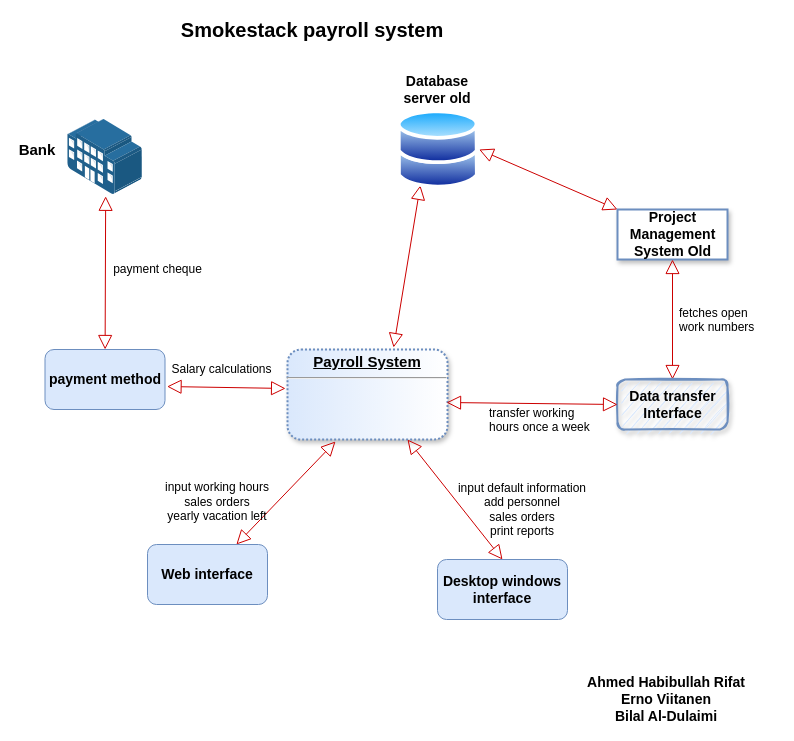
bilalaldulaimi/arduinoUno-wisol keeps this draw.io diagram as sigfox-hello-world/Untitled Diagram.drawio. Above is the earlier version. Source tidied: cells renumbered, new cells numbered last; positions are measured from the earlier drawing's top-left corner, leaving out a move shared by most shapes. Both pictures are drawn from the tidied source at 100%, with x=0, y=0 at pixel (17, 19).
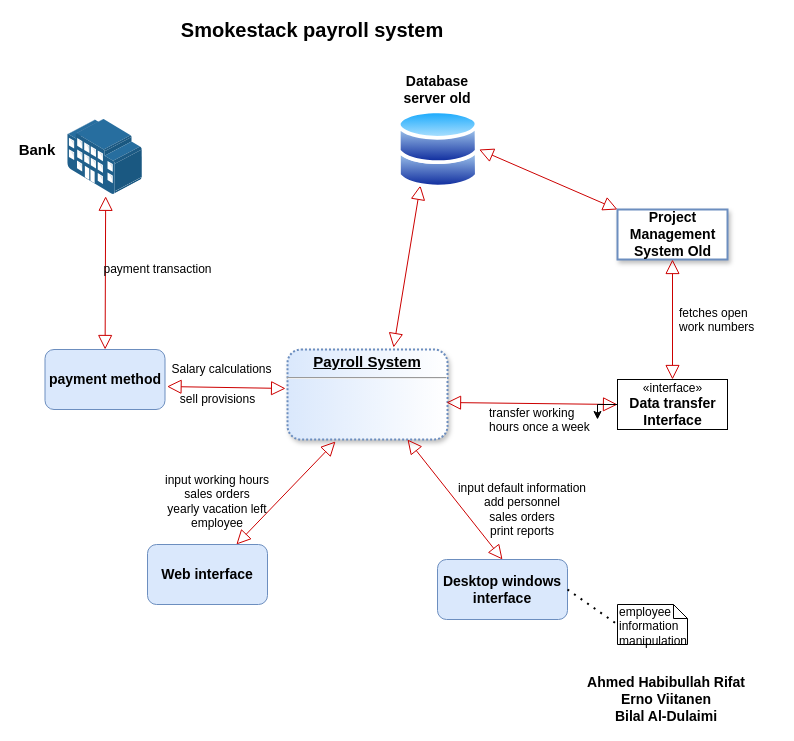
After the change.

The change refers to these unchanged cells:
```xml
<mxCell id="2" value="&lt;p style=&quot;margin: 4px 0px 0px ; text-decoration: underline ; font-size: 15px&quot; align=&quot;center&quot;&gt;&lt;b&gt;Payroll System&lt;/b&gt;&lt;br&gt;&lt;/p&gt;&lt;hr&gt;&lt;p style=&quot;margin: 0px 0px 0px 8px ; font-size: 13px&quot;&gt;&lt;br&gt;&lt;/p&gt;&lt;br&gt;&lt;p style=&quot;margin: 0px 0px 0px 8px ; font-size: 13px&quot;&gt;&lt;br&gt;&lt;/p&gt;" style="verticalAlign=top;align=left;overflow=fill;fontSize=12;fontFamily=Helvetica;html=1;strokeWidth=2;fillColor=#dae8fc;strokeColor=#6c8ebf;dashed=1;dashPattern=1 1;rounded=1;perimeterSpacing=0;shadow=1;sketch=0;gradientColor=#ffffff;gradientDirection=east;imageAspect=1;" parent="1" vertex="1">
  <mxGeometry x="270" y="330" width="160" height="90" as="geometry" />
</mxCell>
<mxCell id="7" value="&lt;font style=&quot;font-size: 14px&quot;&gt;&lt;b&gt;&lt;font style=&quot;font-size: 14px&quot;&gt;Project&lt;/font&gt;&lt;/b&gt;&lt;/font&gt;&lt;div style=&quot;font-size: 14px&quot;&gt;&lt;font style=&quot;font-size: 14px&quot;&gt;&lt;b&gt;&lt;font style=&quot;font-size: 14px&quot;&gt;Management&lt;/font&gt;&lt;br&gt;&lt;/b&gt;&lt;/font&gt;&lt;/div&gt;&lt;div style=&quot;font-size: 14px&quot;&gt;&lt;font style=&quot;font-size: 14px&quot;&gt;&lt;b&gt;System Old&lt;/b&gt;&lt;/font&gt;&lt;br&gt;&lt;b&gt;&lt;/b&gt;&lt;/div&gt;" style="html=1;strokeWidth=2;strokeColor=#6c8ebf;rounded=0;glass=0;shadow=1;" parent="1" vertex="1">
  <mxGeometry x="600" y="190" width="110" height="50" as="geometry" />
</mxCell>
<mxCell id="18" value="transfer w&lt;font style=&quot;font-size: 12px&quot;&gt;&lt;span id=&quot;yui_3_17_2_1_1599549741766_42&quot; lang=&quot;EN-US&quot;&gt;orking hours&lt;/span&gt; &lt;span id=&quot;yui_3_17_2_1_1599549741766_42&quot; lang=&quot;EN-US&quot;&gt;once a week&lt;/span&gt;&lt;/font&gt;&lt;font style=&quot;font-size: 12px&quot;&gt;&lt;br&gt;&lt;/font&gt;" style="text;whiteSpace=wrap;html=1;" parent="1" vertex="1">
  <mxGeometry x="470" y="380" width="110" height="40" as="geometry" />
</mxCell>
<mxCell id="21" value="&lt;div style=&quot;font-size: 14px&quot;&gt;&lt;font style=&quot;font-size: 14px&quot;&gt;&lt;b&gt;Desktop windows&lt;/b&gt;&lt;/font&gt;&lt;/div&gt;&lt;div style=&quot;font-size: 14px&quot;&gt;&lt;font style=&quot;font-size: 14px&quot;&gt;&lt;b&gt;interface&lt;br&gt;&lt;/b&gt;&lt;/font&gt;&lt;/div&gt;" style="rounded=1;whiteSpace=wrap;html=1;fillColor=#dae8fc;strokeColor=#6c8ebf;" parent="1" vertex="1">
  <mxGeometry x="420" y="540" width="130" height="60" as="geometry" />
</mxCell>
```

The edit, as a diff of the source:
```diff
@@
-    <mxCell id="8" style="endArrow=block;startArrow=block;html=1;strokeColor=#CC0000;endSize=12;startSize=12;endFill=0;startFill=0;strokeWidth=1;exitX=0.5;exitY=0;exitDx=0;exitDy=0;entryX=0.5;entryY=1;entryDx=0;entryDy=0;" parent="1" edge="1" source="13" target="7">
-      <mxGeometry relative="1" as="geometry" />
+    <mxCell id="8" style="endArrow=block;startArrow=block;html=1;strokeColor=#CC0000;endSize=12;startSize=12;endFill=0;startFill=0;strokeWidth=1;exitX=0.5;exitY=0;exitDx=0;exitDy=0;entryX=0.5;entryY=1;entryDx=0;entryDy=0;" parent="1" edge="1" target="7">
+      <mxGeometry relative="1" as="geometry">
+        <mxPoint x="655" y="360" as="sourcePoint" />
+      </mxGeometry>
     </mxCell>
@@
-    <mxCell id="13" value="&lt;div style=&quot;font-size: 14px&quot;&gt;&lt;b&gt;&lt;font style=&quot;font-size: 14px&quot;&gt;Data transfer&lt;/font&gt;&lt;/b&gt;&lt;/div&gt;&lt;div style=&quot;font-size: 14px&quot;&gt;&lt;b&gt;Interface&lt;/b&gt;&lt;br&gt;&lt;/div&gt;" style="html=1;strokeColor=#6c8ebf;strokeWidth=2;fillColor=#dae8fc;rounded=1;glass=0;shadow=1;sketch=1;perimeterSpacing=0;" parent="1" vertex="1">
-      <mxGeometry x="600" y="360" width="110" height="50" as="geometry" />
-    </mxCell>
-    <mxCell id="14" style="endArrow=block;startArrow=block;html=1;strokeColor=#CC0000;strokeWidth=1;entryX=0.994;entryY=0.589;entryDx=0;entryDy=0;entryPerimeter=0;exitX=0;exitY=0.5;exitDx=0;exitDy=0;endSize=12;startSize=12;endFill=0;startFill=0;" parent="1" edge="1" source="13" target="2">
-      <mxGeometry relative="1" as="geometry" />
+    <mxCell id="14" style="endArrow=block;startArrow=block;html=1;strokeColor=#CC0000;strokeWidth=1;entryX=0.994;entryY=0.589;entryDx=0;entryDy=0;entryPerimeter=0;exitX=0;exitY=0.5;exitDx=0;exitDy=0;endSize=12;startSize=12;endFill=0;startFill=0;" parent="1" edge="1" target="2">
+      <mxGeometry relative="1" as="geometry">
+        <mxPoint x="600" y="385" as="sourcePoint" />
+      </mxGeometry>
     </mxCell>
@@
-    <mxCell id="25" value="&lt;br&gt;&lt;span id=&quot;yui_3_17_2_1_1599635082173_30&quot; lang=&quot;EN-US&quot;&gt;input working hours&lt;/span&gt;&lt;br&gt;&lt;div&gt;sales orders&lt;span id=&quot;yui_3_17_2_1_1599635082173_43&quot; lang=&quot;EN-US&quot;&gt;&lt;br&gt;&lt;/span&gt;&lt;/div&gt;&lt;div&gt;&lt;span id=&quot;yui_3_17_2_1_1599635082173_43&quot; lang=&quot;EN-US&quot;&gt;yearly vacation&lt;/span&gt; left&lt;/div&gt;" style="text;html=1;strokeColor=none;fillColor=none;align=center;verticalAlign=middle;whiteSpace=wrap;rounded=0;" parent="1" vertex="1">
+    <mxCell id="25" value="&lt;br&gt;&lt;span id=&quot;yui_3_17_2_1_1599635082173_30&quot; lang=&quot;EN-US&quot;&gt;input working hours&lt;/span&gt;&lt;br&gt;&lt;div&gt;sales orders&lt;span id=&quot;yui_3_17_2_1_1599635082173_43&quot; lang=&quot;EN-US&quot;&gt;&lt;br&gt;&lt;/span&gt;&lt;/div&gt;&lt;div&gt;&lt;span id=&quot;yui_3_17_2_1_1599635082173_43&quot; lang=&quot;EN-US&quot;&gt;yearly vacation&lt;/span&gt; left&lt;/div&gt;&lt;div&gt;employee&lt;/div&gt;" style="text;html=1;strokeColor=none;fillColor=none;align=center;verticalAlign=middle;whiteSpace=wrap;rounded=0;" parent="1" vertex="1">
       <mxGeometry x="115" y="440" width="170" height="70" as="geometry" />
     </mxCell>
@@
-    <mxCell id="28" value="&lt;span id=&quot;yui_3_17_2_1_1599635082173_41&quot; lang=&quot;EN-US&quot;&gt;payment cheque&lt;/span&gt;" style="text;html=1;align=center;verticalAlign=middle;" parent="1" vertex="1">
-      <mxGeometry x="90" y="240" width="100" height="20" as="geometry" />
+    <mxCell id="28" value="&lt;span id=&quot;yui_3_17_2_1_1599635082173_41&quot; lang=&quot;EN-US&quot;&gt;payment transaction&lt;/span&gt;" style="text;html=1;align=center;verticalAlign=middle;" parent="1" vertex="1">
+      <mxGeometry x="80" y="240" width="120" height="20" as="geometry" />
     </mxCell>
+    <mxCell id="29" value="sell provisions" style="text;html=1;align=center;verticalAlign=middle;" parent="1" vertex="1">
+      <mxGeometry x="155" y="370" width="90" height="20" as="geometry" />
+    </mxCell>
+    <mxCell id="30" style="edgeStyle=orthogonalEdgeStyle;rounded=0;jettySize=auto;html=1;" parent="1" edge="1" source="31" target="18">
+      <mxGeometry relative="1" as="geometry" />
+    </mxCell>
+    <mxCell id="31" value="«interface»&lt;br&gt;&lt;div style=&quot;font-size: 14px&quot;&gt;&lt;b&gt;Data transfer&lt;/b&gt;&lt;/div&gt;&lt;div style=&quot;font-size: 14px&quot;&gt;&lt;b&gt;Interface&lt;/b&gt;&lt;/div&gt;" style="html=1;shadow=0;sketch=0;" parent="1" vertex="1">
+      <mxGeometry x="600" y="360" width="110" height="50" as="geometry" />
+    </mxCell>
+    <mxCell id="32" value="employee&lt;br&gt;information manipulation" style="shape=note;whiteSpace=wrap;html=1;size=14;verticalAlign=top;align=left;spacingTop=-6;shadow=0;sketch=0;" parent="1" vertex="1">
+      <mxGeometry x="600" y="585" width="70" height="40" as="geometry" />
+    </mxCell>
+    <mxCell id="33" style="endArrow=none;dashed=1;html=1;dashPattern=1 3;strokeWidth=2;entryX=0;entryY=0.5;entryDx=0;entryDy=0;entryPerimeter=0;exitX=1;exitY=0.5;exitDx=0;exitDy=0;" parent="1" edge="1" source="21" target="32">
+      <mxGeometry relative="1" as="geometry" />
+    </mxCell>
```
